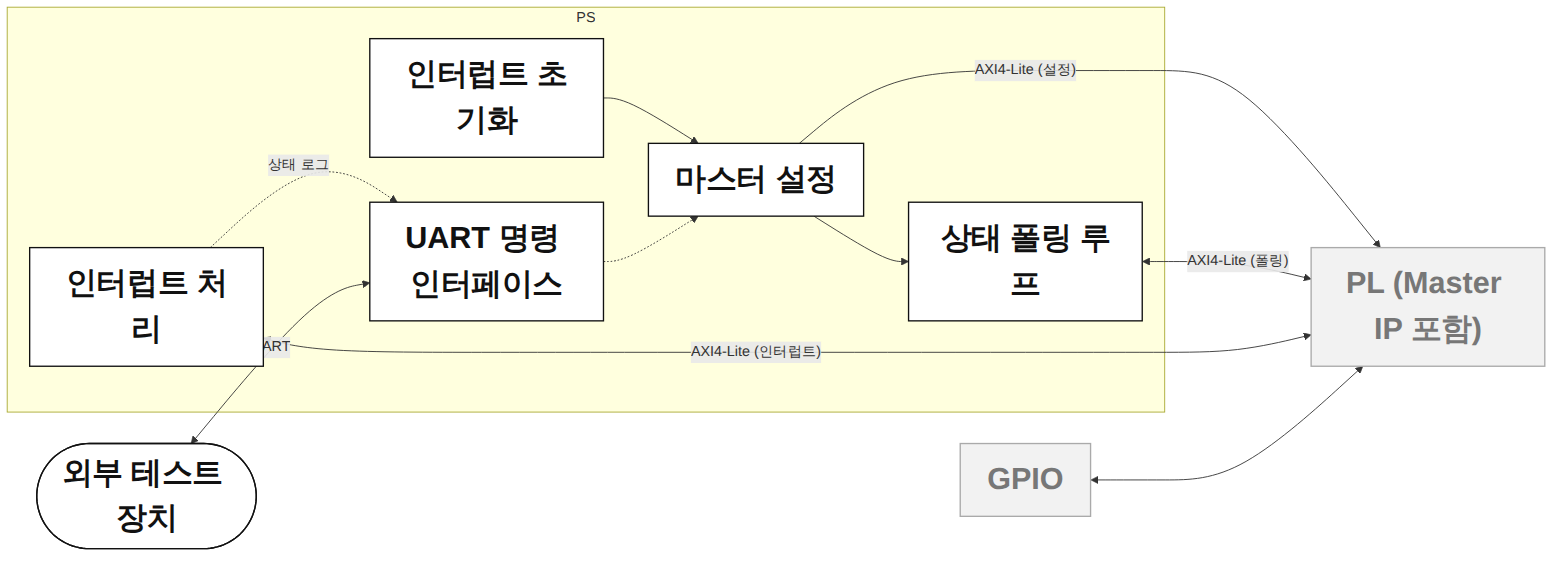
Before: diagrams/section3/zoom/m_ps.png, a diagram exported from Mermaid (Woodong02/SoC_Design_and_Programming). Its source is kept beside it as diagrams/section3/zoom/m_ps.mmd.
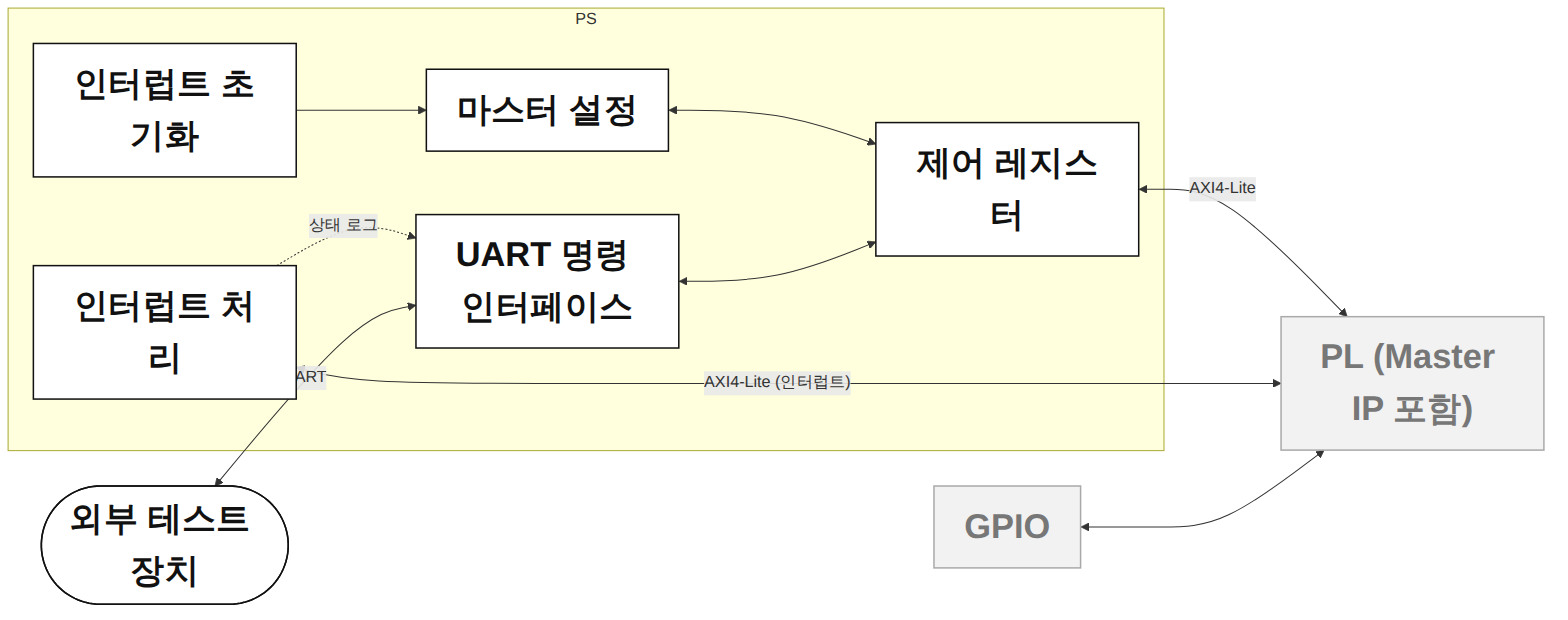
After the commit.

Change to the diagram source:
```diff
@@ -10,17 +10,16 @@
         CFG["마스터 설정"]:::node
         UARTCMD["UART 명령 인터페이스"]:::node
         ISR["인터럽트 처리"]:::node
-        POLL["상태 폴링 루프"]:::node
+        CTRLREG["제어 레지스터"]:::node
 
         INIT --> CFG
-        CFG --> POLL
-        UARTCMD -.-> CFG
+        CFG <--> CTRLREG
+        UARTCMD <--> CTRLREG
         ISR -.->|"상태 로그"| UARTCMD
     end
 
     EXT <-->|"UART"| UARTCMD
-    CFG -->|"AXI4-Lite (설정)"| PL
-    POLL <-->|"AXI4-Lite (폴링)"| PL
+    CTRLREG <-->|"AXI4-Lite"| PL
     ISR <-->|"AXI4-Lite (인터럽트)"| PL
     GPIO <--> PL
 classDef node fill:#FFFFFF,stroke:#111111,stroke-width:1.5px,color:#111111,font-weight:bold,font-size:34px
```
